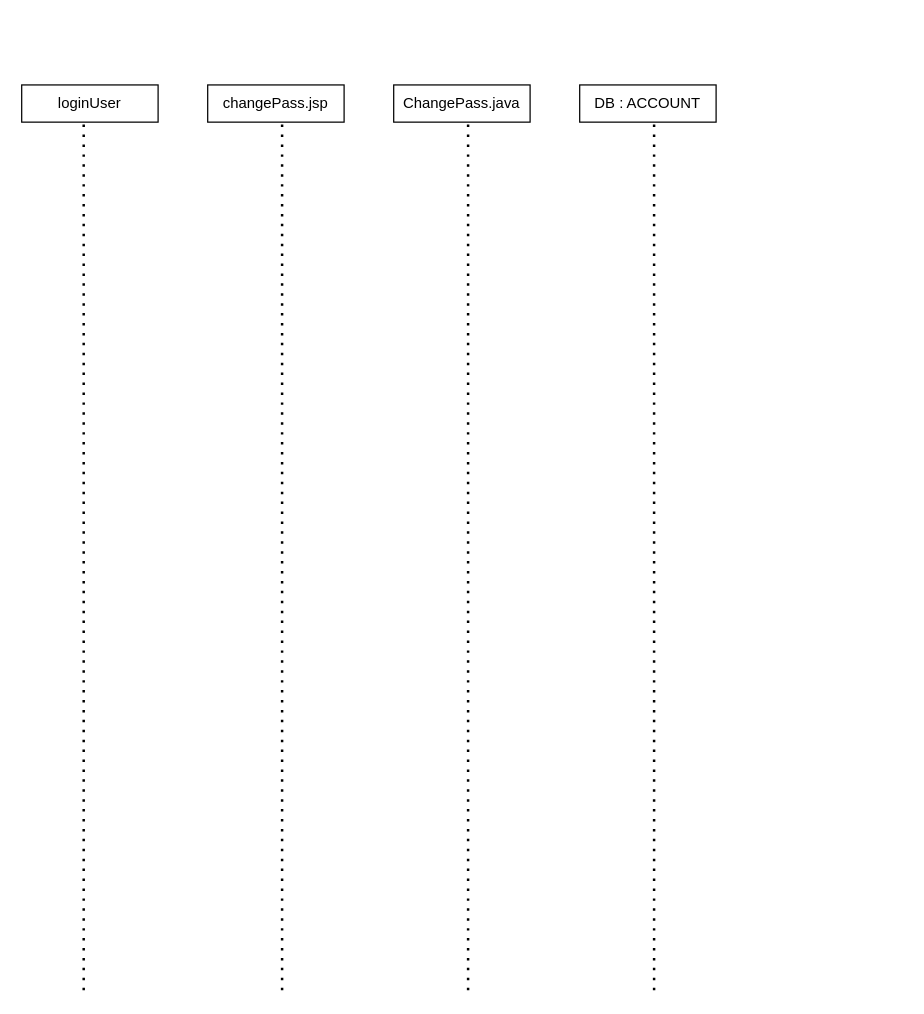
Masaaki-Kobayashi-kccs/sampleRepo2 keeps this draw.io diagram as シーケンス図.drawio. Above is the earlier version. Source tidied: cells renumbered, new cells numbered last; positions are measured from the earlier drawing's top-left corner, leaving out a move shared by most shapes. Both pictures are drawn from the tidied source at 124%, with x=0, y=0 at pixel (21, 84).
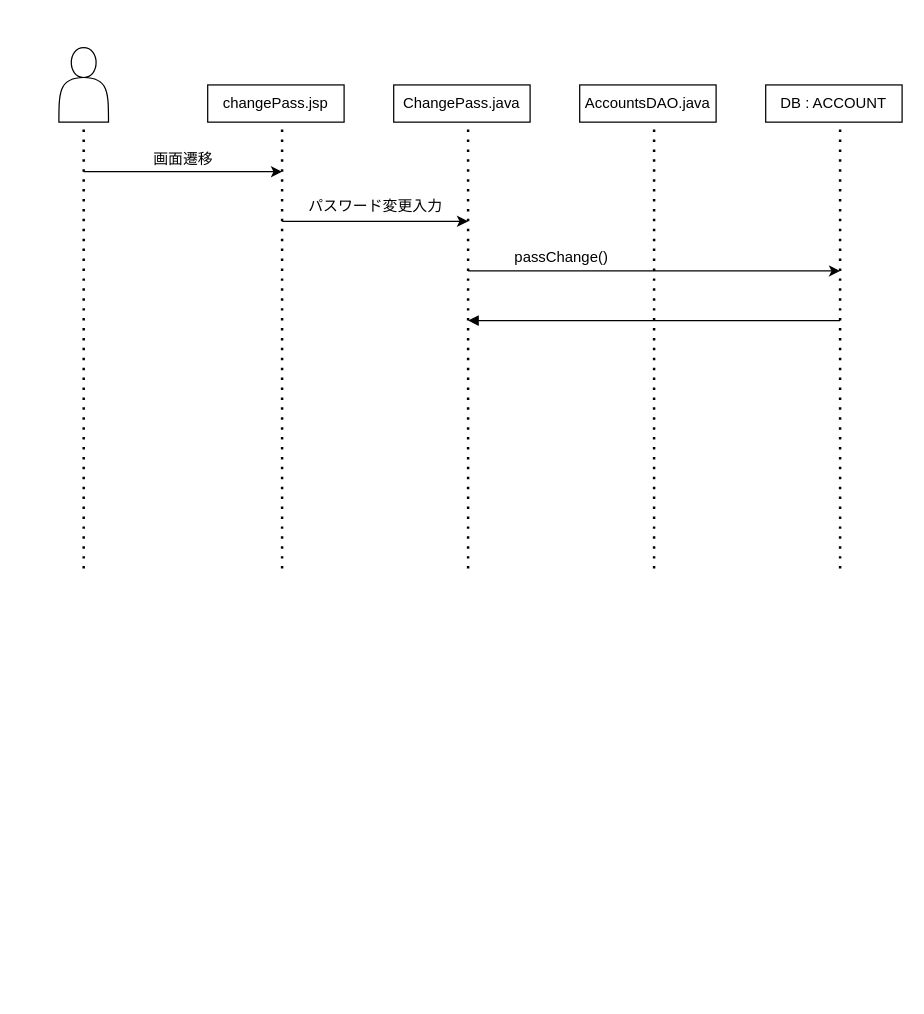
Above is the later version.

Commit message (it also covers changes not shown here):
シーケンス図.drawio を更新します

What changed in the source:
```diff
@@
-    <mxCell id="2" value="loginUser" style="rounded=0;whiteSpace=wrap;html=1;" parent="1" vertex="1">
-      <mxGeometry width="110" height="30" as="geometry" />
-    </mxCell>
@@
-    <mxCell id="5" value="DB : ACCOUNT" style="rounded=0;whiteSpace=wrap;html=1;" parent="1" vertex="1">
-      <mxGeometry x="450" width="110" height="30" as="geometry" />
-    </mxCell>
     <mxCell id="6" style="endArrow=none;dashed=1;html=1;dashPattern=1 3;strokeWidth=2;rounded=0;" parent="1" edge="1">
       <mxGeometry relative="1" as="geometry">
-        <mxPoint x="50" y="730" as="sourcePoint" />
+        <mxPoint x="50" y="390" as="sourcePoint" />
         <mxPoint x="50" y="30" as="targetPoint" />
       </mxGeometry>
     </mxCell>
     <mxCell id="7" style="endArrow=none;dashed=1;html=1;dashPattern=1 3;strokeWidth=2;rounded=0;" parent="1" edge="1">
       <mxGeometry relative="1" as="geometry">
-        <mxPoint x="210" y="730" as="sourcePoint" />
+        <mxPoint x="210" y="390" as="sourcePoint" />
         <mxPoint x="210" y="30" as="targetPoint" />
       </mxGeometry>
     </mxCell>
     <mxCell id="8" style="endArrow=none;dashed=1;html=1;dashPattern=1 3;strokeWidth=2;rounded=0;" parent="1" edge="1">
       <mxGeometry relative="1" as="geometry">
-        <mxPoint x="360" y="730" as="sourcePoint" />
+        <mxPoint x="360" y="390" as="sourcePoint" />
         <mxPoint x="360" y="30" as="targetPoint" />
       </mxGeometry>
     </mxCell>
+    <mxCell id="10" style="endArrow=classic;html=1;rounded=0;" parent="1" edge="1">
+      <mxGeometry relative="1" as="geometry">
+        <mxPoint x="50" y="70" as="sourcePoint" />
+        <mxPoint x="210" y="70" as="targetPoint" />
+      </mxGeometry>
+    </mxCell>
+    <mxCell id="11" style="endArrow=classic;html=1;rounded=0;" parent="1" edge="1">
+      <mxGeometry relative="1" as="geometry">
+        <mxPoint x="210" y="110" as="sourcePoint" />
+        <mxPoint x="360" y="110" as="targetPoint" />
+      </mxGeometry>
+    </mxCell>
+    <mxCell id="12" style="endArrow=classic;html=1;rounded=0;" parent="1" edge="1">
+      <mxGeometry relative="1" as="geometry">
+        <mxPoint x="360" y="150" as="sourcePoint" />
+        <mxPoint x="660" y="150" as="targetPoint" />
+      </mxGeometry>
+    </mxCell>
+    <mxCell id="13" value="画面遷移" style="text;html=1;align=center;verticalAlign=middle;strokeColor=none;fillColor=none;" parent="1" vertex="1">
+      <mxGeometry x="95" y="45" width="70" height="30" as="geometry" />
+    </mxCell>
+    <mxCell id="14" value="パスワード変更入力" style="text;html=1;align=center;verticalAlign=middle;strokeColor=none;fillColor=none;" parent="1" vertex="1">
+      <mxGeometry x="220" y="83" width="130" height="30" as="geometry" />
+    </mxCell>
+    <mxCell id="15" value="passChange()" style="text;html=1;align=center;verticalAlign=middle;strokeColor=none;fillColor=none;" parent="1" vertex="1">
+      <mxGeometry x="385" y="124" width="100" height="30" as="geometry" />
+    </mxCell>
+    <mxCell id="16" style="group;" parent="1" vertex="1">
+      <mxGeometry x="450" y="-51" width="110" height="730" as="geometry" />
+    </mxCell>
+    <mxCell id="5" value="AccountsDAO.java" style="rounded=0;whiteSpace=wrap;html=1;" parent="16" vertex="1">
+      <mxGeometry y="51" width="110" height="30" as="geometry" />
+    </mxCell>
-    <mxCell id="9" style="endArrow=none;dashed=1;html=1;dashPattern=1 3;strokeWidth=2;rounded=0;" parent="1" edge="1">
+    <mxCell id="9" style="endArrow=none;dashed=1;html=1;dashPattern=1 3;strokeWidth=2;rounded=0;" parent="16" edge="1">
       <mxGeometry relative="1" as="geometry">
-        <mxPoint x="510" y="730" as="sourcePoint" />
-        <mxPoint x="510" y="30" as="targetPoint" />
+        <mxPoint x="60" y="441" as="sourcePoint" />
+        <mxPoint x="60" y="81" as="targetPoint" />
       </mxGeometry>
     </mxCell>
+    <mxCell id="17" style="group;" parent="1" vertex="1">
+      <mxGeometry x="600" y="-51" width="110" height="730" as="geometry" />
+    </mxCell>
+    <mxCell id="18" value="DB : ACCOUNT" style="rounded=0;whiteSpace=wrap;html=1;" parent="17" vertex="1">
+      <mxGeometry y="51" width="110" height="30" as="geometry" />
+    </mxCell>
+    <mxCell id="19" style="endArrow=none;dashed=1;html=1;dashPattern=1 3;strokeWidth=2;rounded=0;" parent="17" edge="1">
+      <mxGeometry relative="1" as="geometry">
+        <mxPoint x="60" y="441" as="sourcePoint" />
+        <mxPoint x="60" y="81" as="targetPoint" />
+      </mxGeometry>
+    </mxCell>
+    <mxCell id="20" style="endArrow=none;html=1;rounded=0;startArrow=block;startFill=1;endFill=0;" parent="1" edge="1">
+      <mxGeometry relative="1" as="geometry">
+        <mxPoint x="360" y="190" as="sourcePoint" />
+        <mxPoint x="660" y="190" as="targetPoint" />
+      </mxGeometry>
+    </mxCell>
+    <mxCell id="21" style="shape=actor;whiteSpace=wrap;html=1;" parent="1" vertex="1">
+      <mxGeometry x="30" y="-30" width="40" height="60" as="geometry" />
+    </mxCell>
```
